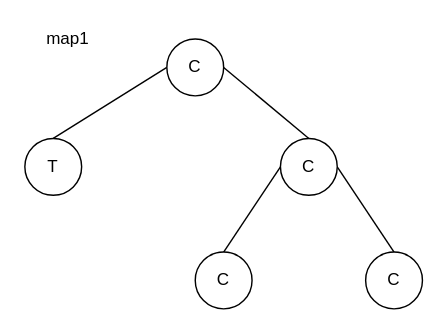
Earlier version of the draw.io diagram Semana de repaso 1/Material practico/diagram-tesoro.drawio (gzamorano/EstrD-Practica). Source tidied: cells renumbered, new cells numbered last; positions are measured from the earlier drawing's top-left corner, leaving out a move shared by most shapes. Both pictures are drawn from the tidied source at 142%, with x=0, y=0 at pixel (24, 24).
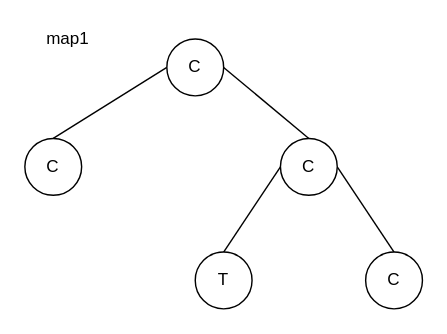
After the change.

Diff of the diagram source:
```diff
@@
 <mxGraphModel>
   <root>
     <mxCell id="0" />
     <mxCell id="1" parent="0" />
     <mxCell id="2" style="rounded=0;jettySize=auto;html=1;exitX=0;exitY=0.5;exitDx=0;exitDy=0;entryX=0.5;entryY=0;entryDx=0;entryDy=0;endArrow=none;endFill=0;" parent="1" edge="1" source="4" target="5">
       <mxGeometry relative="1" as="geometry" />
     </mxCell>
     <mxCell id="3" style="edgeStyle=none;rounded=0;jettySize=auto;html=1;exitX=1;exitY=0.5;exitDx=0;exitDy=0;entryX=0.5;entryY=0;entryDx=0;entryDy=0;endArrow=none;endFill=0;" parent="1" edge="1" source="4" target="8">
       <mxGeometry relative="1" as="geometry" />
     </mxCell>
     <mxCell id="4" value="C" style="ellipse;whiteSpace=wrap;html=1;" parent="1" vertex="1">
       <mxGeometry x="100" y="10" width="40" height="40" as="geometry" />
     </mxCell>
-    <mxCell id="5" value="T" style="ellipse;whiteSpace=wrap;html=1;" parent="1" vertex="1">
+    <mxCell id="5" value="C" style="ellipse;whiteSpace=wrap;html=1;" parent="1" vertex="1">
       <mxGeometry y="80" width="40" height="40" as="geometry" />
     </mxCell>
     <mxCell id="6" style="edgeStyle=none;rounded=0;jettySize=auto;html=1;exitX=0;exitY=0.5;exitDx=0;exitDy=0;entryX=0.5;entryY=0;entryDx=0;entryDy=0;endArrow=none;endFill=0;" parent="1" edge="1" source="8" target="9">
       <mxGeometry relative="1" as="geometry" />
     </mxCell>
     <mxCell id="7" style="edgeStyle=none;rounded=0;jettySize=auto;html=1;exitX=1;exitY=0.5;exitDx=0;exitDy=0;entryX=0.5;entryY=0;entryDx=0;entryDy=0;endArrow=none;endFill=0;" parent="1" edge="1" source="8" target="10">
       <mxGeometry relative="1" as="geometry" />
     </mxCell>
     <mxCell id="8" value="C" style="ellipse;whiteSpace=wrap;html=1;" parent="1" vertex="1">
       <mxGeometry x="180" y="80" width="40" height="40" as="geometry" />
     </mxCell>
-    <mxCell id="9" value="C" style="ellipse;whiteSpace=wrap;html=1;" parent="1" vertex="1">
+    <mxCell id="9" value="T" style="ellipse;whiteSpace=wrap;html=1;" parent="1" vertex="1">
       <mxGeometry x="120" y="160" width="40" height="40" as="geometry" />
     </mxCell>
     <mxCell id="10" value="C" style="ellipse;whiteSpace=wrap;html=1;" parent="1" vertex="1">
       <mxGeometry x="240" y="160" width="40" height="40" as="geometry" />
     </mxCell>
     <mxCell id="11" value="map1&lt;br&gt;" style="text;html=1;align=center;verticalAlign=middle;strokeColor=none;fillColor=none;" parent="1" vertex="1">
       <mxGeometry x="5" width="50" height="20" as="geometry" />
     </mxCell>
   </root>
 </mxGraphModel>
```
